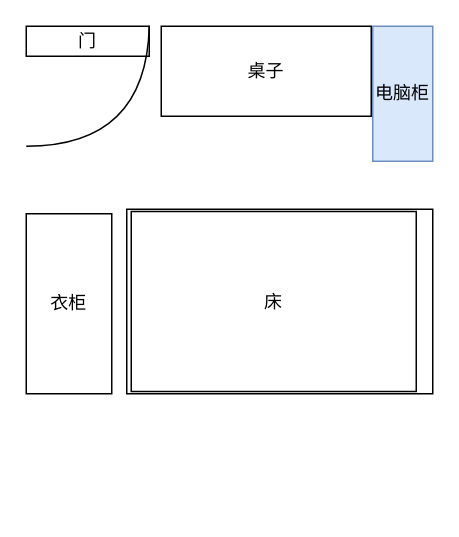
harvey-Yin/diagrams keeps this draw.io diagram as 未命名绘图.drawio. Above is the earlier version. Source tidied: cells renumbered, new cells numbered last; positions are measured from the earlier drawing's top-left corner, leaving out a move shared by most shapes. Both pictures are drawn from the tidied source at 150%, with x=0, y=0 at pixel (26, 26).
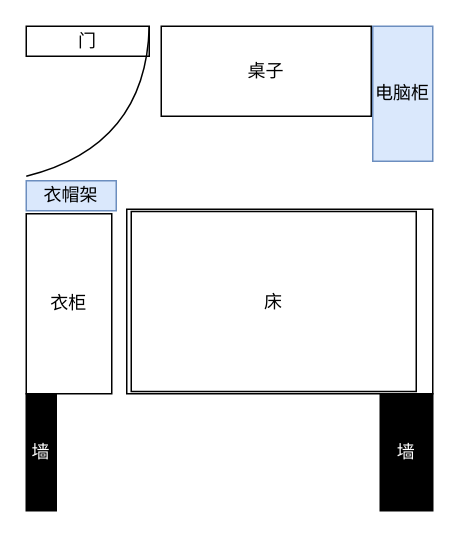
After the change.

Commit message:
更新未命名绘图.drawio

Change to the diagram source:
```diff
@@
 <mxGraphModel background="#FFFFFF">
   <root>
     <mxCell id="0" />
     <mxCell id="1" parent="0" />
     <mxCell id="2" style="group;" parent="1" vertex="1">
       <mxGeometry x="67" y="122" width="204" height="123" as="geometry" />
     </mxCell>
     <mxCell id="3" value="床" style="whiteSpace=wrap;html=1;direction=south;" parent="2" vertex="1">
       <mxGeometry width="204" height="123" as="geometry" />
     </mxCell>
     <mxCell id="4" value="床" style="rounded=0;whiteSpace=wrap;html=1;" parent="2" vertex="1">
       <mxGeometry x="3" y="1.5" width="190" height="120" as="geometry" />
     </mxCell>
     <mxCell id="5" value="门" style="rounded=0;whiteSpace=wrap;html=1;" parent="1" vertex="1">
       <mxGeometry width="82" height="20" as="geometry" />
     </mxCell>
     <mxCell id="6" value="桌子" style="rounded=0;whiteSpace=wrap;html=1;labelBorderColor=none;glass=0;shadow=0;horizontal=1;verticalAlign=middle;textShadow=0;labelBackgroundColor=none;" parent="1" vertex="1">
       <mxGeometry x="90" width="140" height="60" as="geometry" />
     </mxCell>
     <mxCell id="7" value="衣柜" style="rounded=0;whiteSpace=wrap;html=1;direction=south;" parent="1" vertex="1">
       <mxGeometry y="125" width="57" height="120" as="geometry" />
     </mxCell>
     <mxCell id="8" style="curved=1;endArrow=none;html=1;rounded=0;strokeColor=default;endFill=0;" parent="1" edge="1">
       <mxGeometry relative="1" as="geometry">
         <mxPoint x="82" as="sourcePoint" />
-        <mxPoint y="80" as="targetPoint" />
+        <mxPoint y="100" as="targetPoint" />
         <Array as="points">
           <mxPoint x="80" y="80" />
         </Array>
       </mxGeometry>
     </mxCell>
     <mxCell id="9" value="电脑柜" style="rounded=0;whiteSpace=wrap;html=1;fillColor=#dae8fc;strokeColor=#6c8ebf;" parent="1" vertex="1">
       <mxGeometry x="231" width="40" height="90" as="geometry" />
     </mxCell>
+    <mxCell id="10" value="衣帽架" style="rounded=0;whiteSpace=wrap;html=1;fillColor=#dae8fc;strokeColor=#6c8ebf;" parent="1" vertex="1">
+      <mxGeometry y="103" width="60" height="20" as="geometry" />
+    </mxCell>
+    <mxCell id="11" value="&lt;font color=&quot;#ffffff&quot;&gt;墙&lt;/font&gt;" style="rounded=0;whiteSpace=wrap;html=1;fillColor=#000000;" parent="1" vertex="1">
+      <mxGeometry x="236" y="245" width="35" height="78" as="geometry" />
+    </mxCell>
+    <mxCell id="12" value="&lt;font color=&quot;#ffffff&quot;&gt;墙&lt;/font&gt;" style="rounded=0;whiteSpace=wrap;html=1;fillColor=#000000;" parent="1" vertex="1">
+      <mxGeometry y="245" width="20" height="78" as="geometry" />
+    </mxCell>
   </root>
 </mxGraphModel>
```
